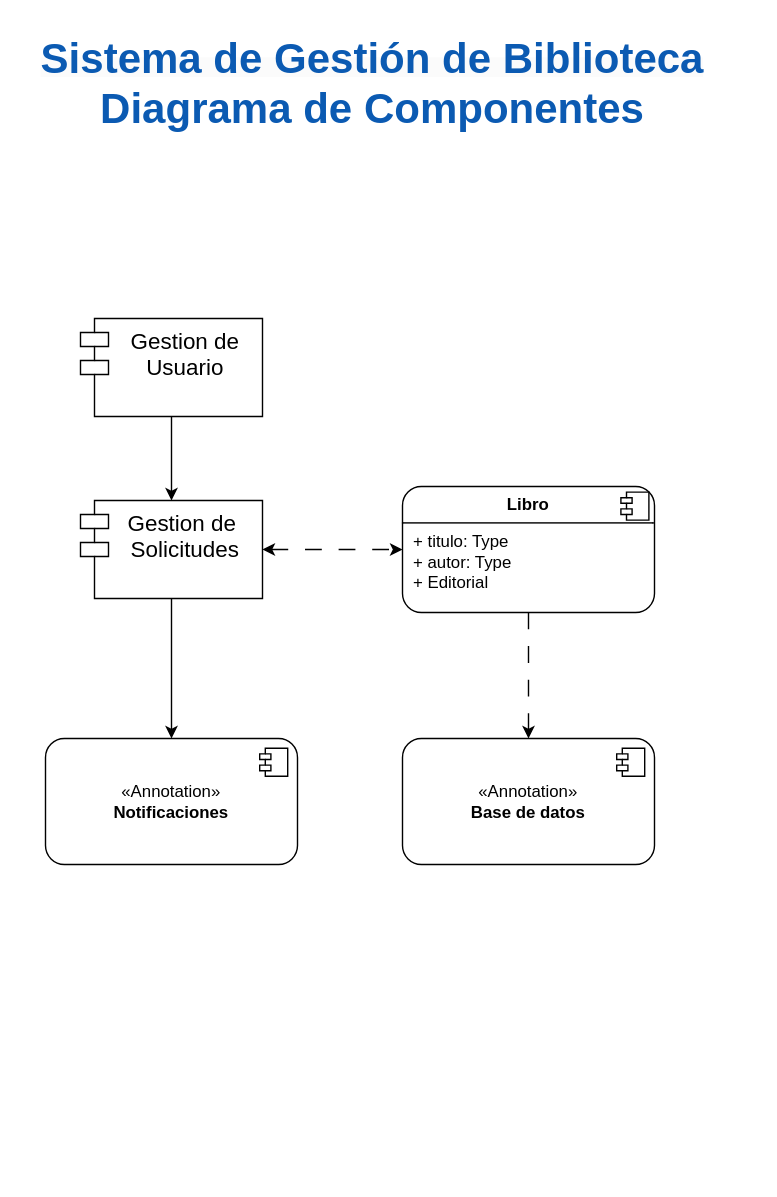
Earlier version of the draw.io diagram page "Componentes" (5 of 5) of Biblioteca.drawio (jeacevedo92/Diagramas-Arquitectura). Source tidied: cells renumbered, new cells numbered last; positions are measured from the earlier drawing's top-left corner, leaving out a move shared by most shapes. Both pictures are drawn from the tidied source at 140%, with x=0, y=0 at pixel (38, 24).
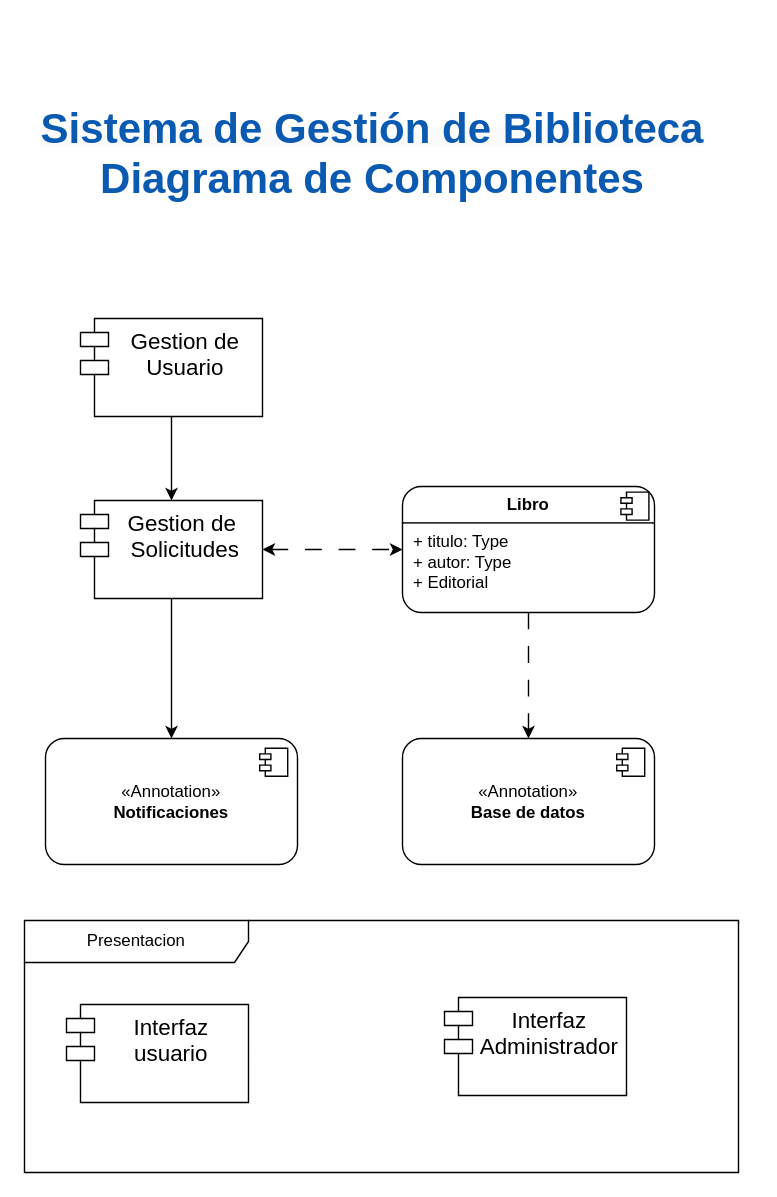
The same diagram, later.

What changed in the source:
```diff
@@
 <mxGraphModel>
   <root>
     <mxCell id="0" />
     <mxCell id="1" parent="0" />
     <mxCell id="2" value="&lt;b style=&quot;forced-color-adjust: none; color: rgb(11, 90, 178); font-family: Helvetica; font-size: 12px; font-style: normal; font-variant-ligatures: no-common-ligatures; font-variant-caps: normal; letter-spacing: normal; orphans: 2; text-align: center; text-indent: 0px; text-transform: none; widows: 2; word-spacing: 0px; -webkit-text-stroke: 0px rgb(0, 0, 0); white-space: normal; background-color: rgb(251, 251, 251); text-decoration-thickness: initial; text-decoration-style: initial; text-decoration-color: initial;&quot;&gt;&lt;font style=&quot;forced-color-adjust: none; font-size: 30px;&quot;&gt;Sistema de Gestión de Biblioteca&lt;/font&gt;&lt;/b&gt;&lt;div style=&quot;text-align: center;&quot;&gt;&lt;font color=&quot;#0b5ab2&quot;&gt;&lt;span style=&quot;font-size: 30px; font-variant-ligatures: no-common-ligatures;&quot;&gt;&lt;b&gt;Diagrama de Componentes&lt;/b&gt;&lt;/span&gt;&lt;/font&gt;&lt;/div&gt;" style="text;whiteSpace=wrap;html=1;" parent="1" vertex="1">
-      <mxGeometry width="510" height="60" as="geometry" />
+      <mxGeometry y="50" width="510" height="60" as="geometry" />
     </mxCell>
     <mxCell id="3" style="edgeStyle=orthogonalEdgeStyle;rounded=1;jettySize=auto;html=1;entryX=0.5;entryY=0;entryDx=0;entryDy=0;" parent="1" edge="1" source="4" target="7">
       <mxGeometry relative="1" as="geometry" />
     </mxCell>
     <mxCell id="4" value="&lt;font style=&quot;font-size: 16px;&quot;&gt;Gestion de Usuario&lt;/font&gt;" style="shape=module;align=left;spacingLeft=20;align=center;verticalAlign=top;whiteSpace=wrap;html=1;rounded=1;" parent="1" vertex="1">
       <mxGeometry x="30" y="210" width="130" height="70" as="geometry" />
     </mxCell>
     <mxCell id="5" style="edgeStyle=orthogonalEdgeStyle;rounded=1;jettySize=auto;html=1;entryX=0;entryY=0.5;entryDx=0;entryDy=0;dashed=1;dashPattern=12 12;startArrow=classic;startFill=1;" parent="1" edge="1" source="7" target="11">
       <mxGeometry relative="1" as="geometry" />
     </mxCell>
     <mxCell id="6" style="edgeStyle=orthogonalEdgeStyle;rounded=1;jettySize=auto;html=1;entryX=0.5;entryY=0;entryDx=0;entryDy=0;" parent="1" edge="1" source="7" target="8">
       <mxGeometry relative="1" as="geometry" />
     </mxCell>
     <mxCell id="7" value="&lt;div&gt;&lt;font style=&quot;font-size: 16px;&quot;&gt;Gestion de&amp;nbsp;&lt;br&gt;Solicitudes&lt;/font&gt;&lt;/div&gt;" style="shape=module;align=left;spacingLeft=20;align=center;verticalAlign=top;whiteSpace=wrap;html=1;rounded=1;" parent="1" vertex="1">
       <mxGeometry x="30" y="340" width="130" height="70" as="geometry" />
     </mxCell>
     <mxCell id="8" value="«Annotation»&lt;br&gt;&lt;b&gt;Notificaciones&lt;/b&gt;" style="html=1;whiteSpace=wrap;rounded=1;" parent="1" vertex="1">
       <mxGeometry x="5" y="510" width="180" height="90" as="geometry" />
     </mxCell>
     <mxCell id="9" style="shape=module;jettyWidth=8;jettyHeight=4;rounded=1;" parent="8" vertex="1">
       <mxGeometry x="1" width="20" height="20" relative="1" as="geometry">
         <mxPoint x="-27" y="7" as="offset" />
       </mxGeometry>
     </mxCell>
     <mxCell id="10" style="edgeStyle=orthogonalEdgeStyle;rounded=1;jettySize=auto;html=1;entryX=0.5;entryY=0;entryDx=0;entryDy=0;dashed=1;dashPattern=12 12;" parent="1" edge="1" source="11" target="13">
       <mxGeometry relative="1" as="geometry" />
     </mxCell>
     <mxCell id="11" value="&lt;p style=&quot;margin:0px;margin-top:6px;text-align:center;&quot;&gt;&lt;b&gt;Libro&lt;/b&gt;&lt;/p&gt;&lt;hr size=&quot;1&quot; style=&quot;border-style:solid;&quot;&gt;&lt;p style=&quot;margin:0px;margin-left:8px;&quot;&gt;+ titulo: Type&lt;br&gt;+ autor: Type&lt;/p&gt;&lt;p style=&quot;margin:0px;margin-left:8px;&quot;&gt;+ Editorial&lt;/p&gt;" style="align=left;overflow=fill;html=1;whiteSpace=wrap;rounded=1;" parent="1" vertex="1">
       <mxGeometry x="260" y="330" width="180" height="90" as="geometry" />
     </mxCell>
     <mxCell id="12" style="shape=component;jettyWidth=8;jettyHeight=4;rounded=1;" parent="11" vertex="1">
       <mxGeometry x="1" width="20" height="20" relative="1" as="geometry">
         <mxPoint x="-24" y="4" as="offset" />
       </mxGeometry>
     </mxCell>
     <mxCell id="13" value="«Annotation»&lt;br&gt;&lt;b&gt;Base de datos&lt;/b&gt;" style="html=1;whiteSpace=wrap;rounded=1;" parent="1" vertex="1">
       <mxGeometry x="260" y="510" width="180" height="90" as="geometry" />
     </mxCell>
     <mxCell id="14" style="shape=module;jettyWidth=8;jettyHeight=4;rounded=1;" parent="13" vertex="1">
       <mxGeometry x="1" width="20" height="20" relative="1" as="geometry">
         <mxPoint x="-27" y="7" as="offset" />
       </mxGeometry>
     </mxCell>
+    <mxCell id="15" value="Presentacion" style="shape=umlFrame;whiteSpace=wrap;html=1;width=160;" parent="1" vertex="1">
+      <mxGeometry x="-10" y="640" width="510" height="180" as="geometry" />
+    </mxCell>
+    <mxCell id="16" value="&lt;span style=&quot;font-size: 16px;&quot;&gt;Interfaz usuario&lt;/span&gt;" style="shape=module;align=left;spacingLeft=20;align=center;verticalAlign=top;whiteSpace=wrap;html=1;rounded=1;" parent="15" vertex="1">
+      <mxGeometry x="30" y="60" width="130" height="70" as="geometry" />
+    </mxCell>
+    <mxCell id="17" value="&lt;span style=&quot;font-size: 16px;&quot;&gt;Interfaz Administrador&lt;/span&gt;" style="shape=module;align=left;spacingLeft=20;align=center;verticalAlign=top;whiteSpace=wrap;html=1;rounded=1;" parent="15" vertex="1">
+      <mxGeometry x="300" y="55" width="130" height="70" as="geometry" />
+    </mxCell>
   </root>
 </mxGraphModel>
```
